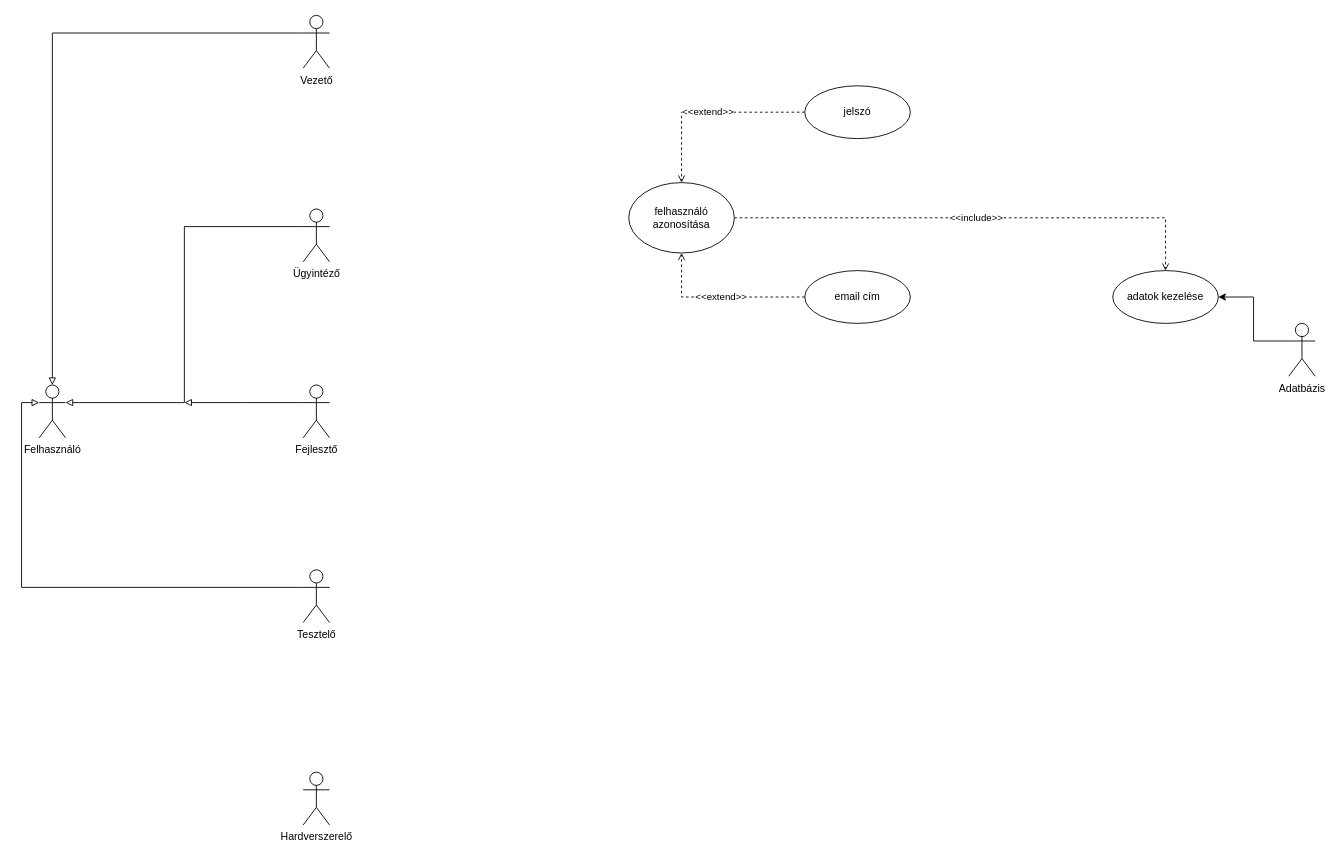
This is Untitled Diagram.drawio from UrbanRoland/CRM, a draw.io file, before an edit. Source tidied: cells renumbered, new cells numbered last; positions are measured from the earlier drawing's top-left corner, leaving out a move shared by most shapes. Both pictures are drawn from the tidied source at 88%, with x=0, y=0 at pixel (39, 15).
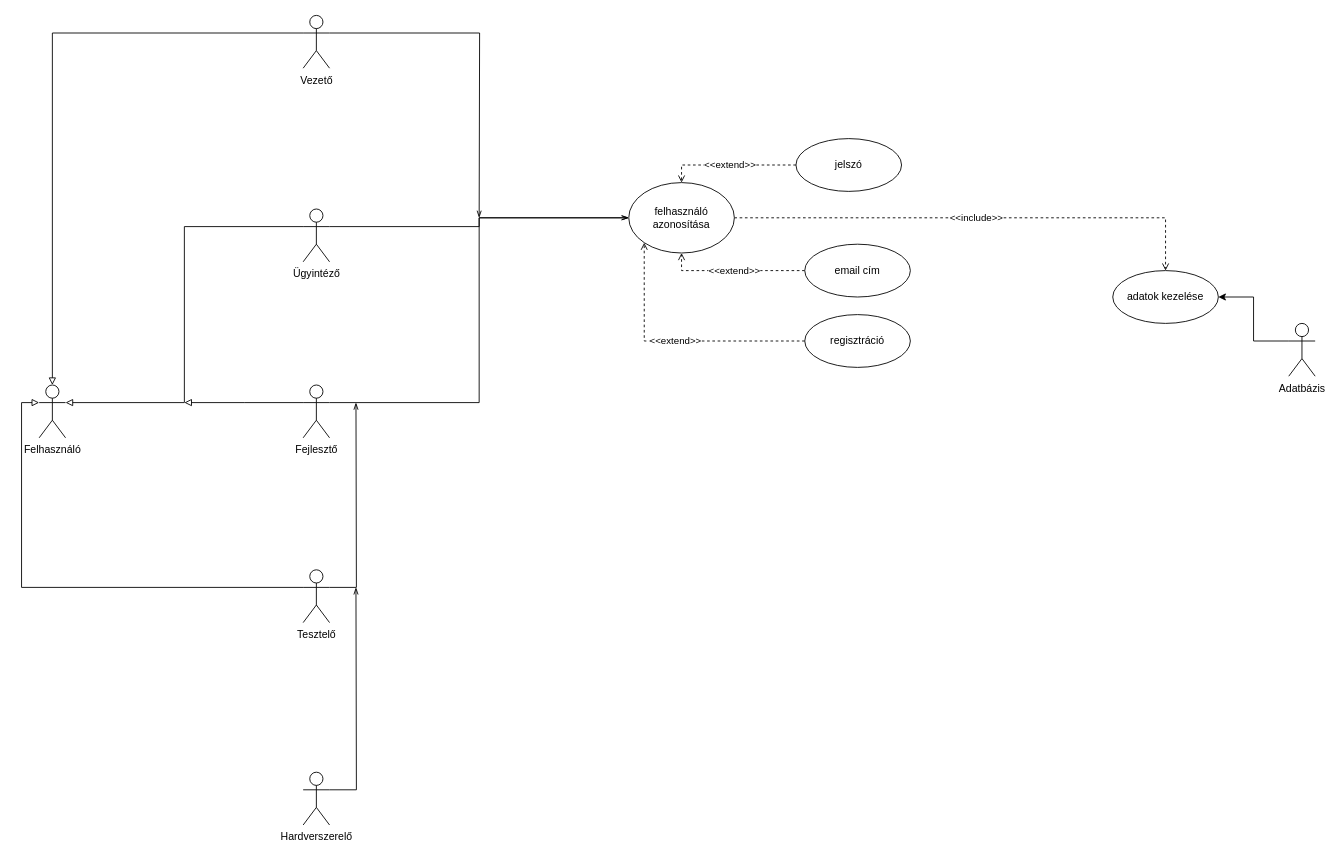
The same page after the edit.

Unchanged cells that the change refers to:
```xml
<mxCell id="5" value="felhasználó azonosítása" style="ellipse;whiteSpace=wrap;html=1;" parent="1" vertex="1">
  <mxGeometry x="670" y="190" width="120" height="80" as="geometry" />
</mxCell>
<mxCell id="7" value="Ügyintéző" style="shape=umlActor;verticalLabelPosition=bottom;labelBackgroundColor=#ffffff;verticalAlign=top;html=1;outlineConnect=0;" parent="1" vertex="1">
  <mxGeometry x="300" y="220" width="30" height="60" as="geometry" />
</mxCell>
<mxCell id="12" value="Vezető" style="shape=umlActor;verticalLabelPosition=bottom;labelBackgroundColor=#ffffff;verticalAlign=top;html=1;outlineConnect=0;" parent="1" vertex="1">
  <mxGeometry x="300" width="30" height="60" as="geometry" />
</mxCell>
<mxCell id="14" value="Fejlesztő" style="shape=umlActor;verticalLabelPosition=bottom;labelBackgroundColor=#ffffff;verticalAlign=top;html=1;outlineConnect=0;" parent="1" vertex="1">
  <mxGeometry x="300" y="420" width="30" height="60" as="geometry" />
</mxCell>
<mxCell id="16" value="Tesztelő" style="shape=umlActor;verticalLabelPosition=bottom;labelBackgroundColor=#ffffff;verticalAlign=top;html=1;outlineConnect=0;" parent="1" vertex="1">
  <mxGeometry x="300" y="630" width="30" height="60" as="geometry" />
</mxCell>
<mxCell id="17" value="Hardverszerelő" style="shape=umlActor;verticalLabelPosition=bottom;labelBackgroundColor=#ffffff;verticalAlign=top;html=1;outlineConnect=0;" parent="1" vertex="1">
  <mxGeometry x="300" y="860" width="30" height="60" as="geometry" />
</mxCell>
```

Diff of the diagram source:
```diff
@@
+    <mxCell id="21" style="edgeStyle=orthogonalEdgeStyle;rounded=0;jettySize=auto;html=1;endArrow=openThin;endFill=0;entryX=0;entryY=0.5;entryDx=0;entryDy=0;exitX=1;exitY=0.3333333333333333;exitDx=0;exitDy=0;exitPerimeter=0;" parent="1" edge="1" source="7" target="5">
+      <mxGeometry relative="1" as="geometry" />
+    </mxCell>
@@
+    <mxCell id="22" style="edgeStyle=orthogonalEdgeStyle;rounded=0;jettySize=auto;html=1;endArrow=openThin;endFill=0;exitX=1;exitY=0.3333333333333333;exitDx=0;exitDy=0;exitPerimeter=0;" parent="1" edge="1" source="12">
+      <mxGeometry relative="1" as="geometry">
+        <mxPoint x="500" y="230" as="targetPoint" />
+      </mxGeometry>
+    </mxCell>
@@
+    <mxCell id="23" style="edgeStyle=orthogonalEdgeStyle;rounded=0;jettySize=auto;html=1;endArrow=openThin;endFill=0;entryX=0;entryY=0.5;entryDx=0;entryDy=0;exitX=1;exitY=0.3333333333333333;exitDx=0;exitDy=0;exitPerimeter=0;" parent="1" edge="1" source="14" target="5">
+      <mxGeometry relative="1" as="geometry" />
+    </mxCell>
@@
+    <mxCell id="24" style="edgeStyle=orthogonalEdgeStyle;rounded=0;jettySize=auto;html=1;endArrow=openThin;endFill=0;exitX=1;exitY=0.3333333333333333;exitDx=0;exitDy=0;exitPerimeter=0;" parent="1" edge="1" source="16">
+      <mxGeometry relative="1" as="geometry">
+        <mxPoint x="360" y="440" as="targetPoint" />
+      </mxGeometry>
+    </mxCell>
@@
+    <mxCell id="25" style="edgeStyle=orthogonalEdgeStyle;rounded=0;jettySize=auto;html=1;endArrow=openThin;endFill=0;exitX=1;exitY=0.3333333333333333;exitDx=0;exitDy=0;exitPerimeter=0;" parent="1" edge="1" source="17">
+      <mxGeometry relative="1" as="geometry">
+        <mxPoint x="360" y="650" as="targetPoint" />
+      </mxGeometry>
+    </mxCell>
@@
     <mxCell id="19" value="email cím" style="ellipse;whiteSpace=wrap;html=1;" parent="1" vertex="1">
-      <mxGeometry x="870" y="290" width="120" height="60" as="geometry" />
+      <mxGeometry x="870" y="260" width="120" height="60" as="geometry" />
     </mxCell>
     <mxCell id="20" value="jelszó" style="ellipse;whiteSpace=wrap;html=1;" parent="1" vertex="1">
-      <mxGeometry x="870" y="80" width="120" height="60" as="geometry" />
+      <mxGeometry x="860" y="140" width="120" height="60" as="geometry" />
     </mxCell>
+    <mxCell id="26" value="&amp;lt;&amp;lt;extend&amp;gt;&amp;gt;" style="edgeStyle=orthogonalEdgeStyle;rounded=0;jettySize=auto;html=1;dashed=1;endArrow=open;endFill=0;entryX=0;entryY=1;entryDx=0;entryDy=0;" parent="1" edge="1" source="27" target="5">
+      <mxGeometry relative="1" as="geometry" />
+    </mxCell>
+    <mxCell id="27" value="regisztráció" style="ellipse;whiteSpace=wrap;html=1;" parent="1" vertex="1">
+      <mxGeometry x="870" y="340" width="120" height="60" as="geometry" />
+    </mxCell>
```
